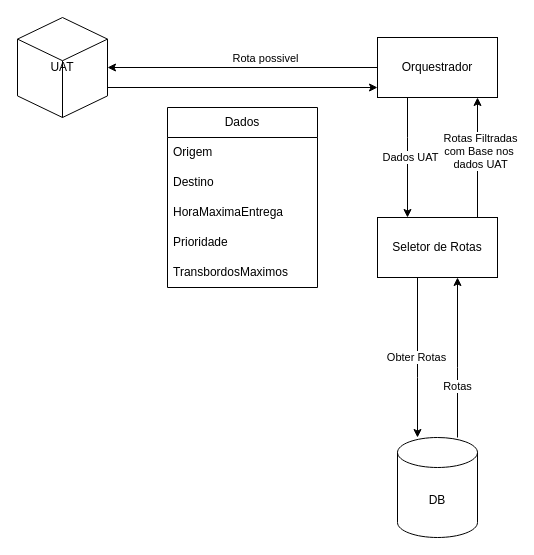
Above: page "UseCase: Request Route" (5 of 9) of diagram/thesis.drawio in Napolas-me/Thesis_CTT (draw.io), before the change. Source tidied: cells renumbered, new cells numbered last; positions are measured from the earlier drawing's top-left corner, leaving out a move shared by most shapes. Both pictures are drawn from the tidied source at 100%, with x=0, y=0 at pixel (17, 17).
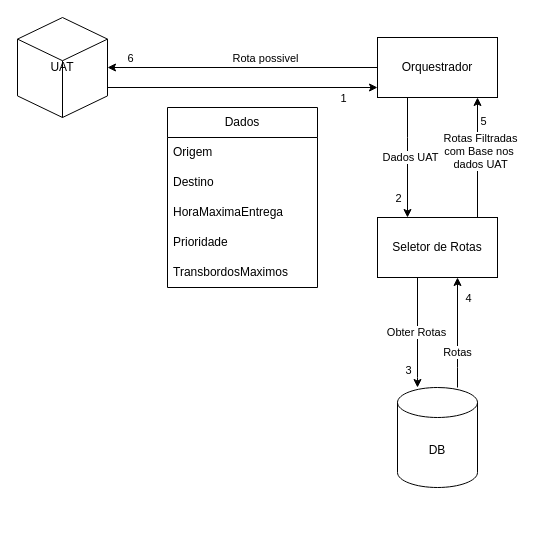
The same page after the edit.

Unchanged cells that the change refers to:
```xml
<mxCell id="2" style="edgeStyle=orthogonalEdgeStyle;rounded=0;jettySize=auto;html=1;" parent="1" edge="1" source="6" target="15">
  <mxGeometry relative="1" as="geometry">
    <Array as="points">
      <mxPoint x="390" y="120" />
      <mxPoint x="390" y="120" />
    </Array>
  </mxGeometry>
</mxCell>
<mxCell id="4" style="edgeStyle=orthogonalEdgeStyle;rounded=0;jettySize=auto;html=1;" parent="1" edge="1" source="6" target="7">
  <mxGeometry relative="1" as="geometry" />
</mxCell>
<mxCell id="8" style="edgeStyle=orthogonalEdgeStyle;rounded=0;jettySize=auto;html=1;" parent="1" edge="1" source="10" target="15">
  <mxGeometry relative="1" as="geometry">
    <Array as="points">
      <mxPoint x="440" y="350" />
      <mxPoint x="440" y="350" />
    </Array>
  </mxGeometry>
</mxCell>
<mxCell id="11" style="edgeStyle=orthogonalEdgeStyle;rounded=0;jettySize=auto;html=1;" parent="1" edge="1" source="15" target="10">
  <mxGeometry relative="1" as="geometry">
    <Array as="points">
      <mxPoint x="400" y="360" />
      <mxPoint x="400" y="360" />
    </Array>
  </mxGeometry>
</mxCell>
<mxCell id="13" style="edgeStyle=orthogonalEdgeStyle;rounded=0;orthogonalLoop=1;jettySize=auto;html=1;" parent="1" edge="1">
  <mxGeometry relative="1" as="geometry">
    <mxPoint x="460" y="200" as="sourcePoint" />
    <mxPoint x="460" y="80" as="targetPoint" />
  </mxGeometry>
</mxCell>
<mxCell id="17" style="edgeStyle=orthogonalEdgeStyle;rounded=0;jettySize=auto;html=1;exitX=1;exitY=0.5;exitDx=0;exitDy=0;exitPerimeter=0;" parent="16" edge="1" source="7" target="6">
  <mxGeometry relative="1" as="geometry">
    <Array as="points">
      <mxPoint />
    </Array>
  </mxGeometry>
</mxCell>
```

Diff of the diagram source:
```diff
@@
+    <mxCell id="24" value="2" style="edgeLabel;html=1;align=center;verticalAlign=middle;" parent="2" vertex="1">
+      <mxGeometry x="0.43" relative="1" as="geometry">
+        <mxPoint x="-10" y="14" as="offset" />
+      </mxGeometry>
+    </mxCell>
@@
+    <mxCell id="25" value="6" style="edgeLabel;html=1;align=center;verticalAlign=middle;" parent="4" vertex="1">
+      <mxGeometry x="0.84" y="-1" relative="1" as="geometry">
+        <mxPoint y="-9" as="offset" />
+      </mxGeometry>
+    </mxCell>
@@
+    <mxCell id="26" value="4" style="edgeLabel;html=1;align=center;verticalAlign=middle;" parent="8" vertex="1">
+      <mxGeometry x="0.67" y="-2" relative="1" as="geometry">
+        <mxPoint x="8" y="2" as="offset" />
+      </mxGeometry>
+    </mxCell>
     <mxCell id="10" value="DB" style="shape=cylinder3;whiteSpace=wrap;html=1;boundedLbl=1;backgroundOutline=1;size=15;" parent="1" vertex="1">
-      <mxGeometry x="380" y="420" width="80" height="100" as="geometry" />
+      <mxGeometry x="380" y="370" width="80" height="100" as="geometry" />
     </mxCell>
@@
+    <mxCell id="27" value="3" style="edgeLabel;html=1;align=center;verticalAlign=middle;" parent="11" vertex="1">
+      <mxGeometry x="0.67" y="-2" relative="1" as="geometry">
+        <mxPoint x="-8" as="offset" />
+      </mxGeometry>
+    </mxCell>
@@
+    <mxCell id="28" value="5" style="edgeLabel;html=1;align=center;verticalAlign=middle;" parent="13" vertex="1">
+      <mxGeometry x="0.62" y="-5" relative="1" as="geometry" />
+    </mxCell>
@@
+    <mxCell id="29" value="1" style="edgeLabel;html=1;align=center;verticalAlign=middle;" parent="17" vertex="1">
+      <mxGeometry x="-0.4" y="-2" relative="1" as="geometry">
+        <mxPoint x="168" y="8" as="offset" />
+      </mxGeometry>
+    </mxCell>
```
